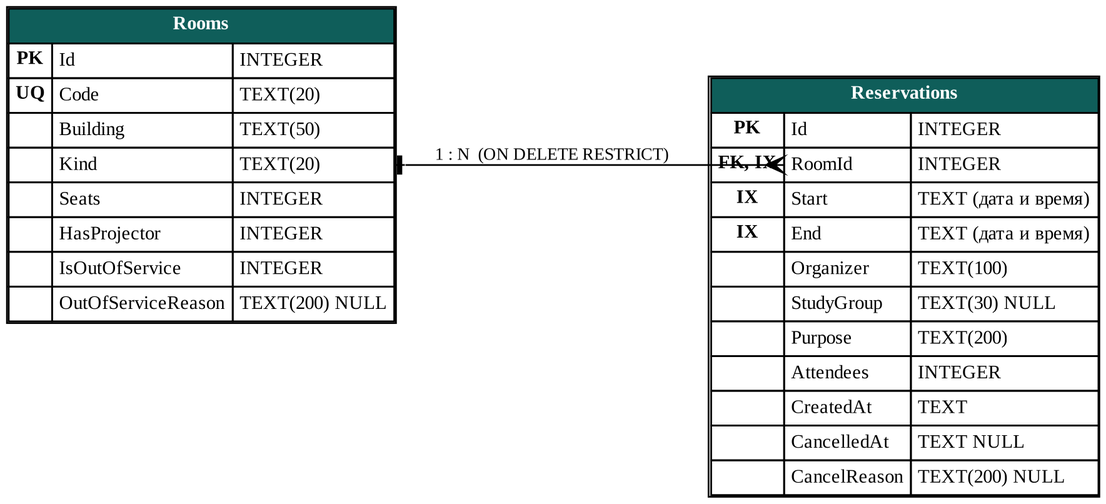
Above: docs/report/diagrams/schema.png in Black287234/KP-shahin (Graphviz), before the change. Its source is kept beside it as docs/report/diagrams/schema.dot. The source it was exported from:
```dot
digraph G {
  graph [rankdir=LR, fontname="Liberation Serif", bgcolor=white, nodesep=0.6];
  node [shape=plain, fontname="Liberation Serif", fontsize=11];
  edge [fontname="Liberation Serif", fontsize=10, arrowhead=crow, arrowtail=tee, dir=both];
  Rooms [label=<
  <table border="1" cellborder="1" cellspacing="0" cellpadding="3">
   <tr><td colspan="3" bgcolor="#0f5e5a"><font color="white"><b>Rooms</b></font></td></tr>
   <tr><td><b>PK</b></td><td align="left">Id</td><td align="left">INTEGER</td></tr>
   <tr><td><b>UQ</b></td><td align="left">Code</td><td align="left">TEXT(20)</td></tr>
   <tr><td></td><td align="left">Building</td><td align="left">TEXT(50)</td></tr>
   <tr><td></td><td align="left">Kind</td><td align="left">TEXT(20)</td></tr>
   <tr><td></td><td align="left">Seats</td><td align="left">INTEGER</td></tr>
   <tr><td></td><td align="left">HasProjector</td><td align="left">INTEGER</td></tr>
   <tr><td></td><td align="left">IsOutOfService</td><td align="left">INTEGER</td></tr>
   <tr><td></td><td align="left">OutOfServiceReason</td><td align="left">TEXT(200) NULL</td></tr>
  </table>>];
  Reservations [label=<
  <table border="1" cellborder="1" cellspacing="0" cellpadding="3">
   <tr><td colspan="3" bgcolor="#0f5e5a"><font color="white"><b>Reservations</b></font></td></tr>
   <tr><td><b>PK</b></td><td align="left">Id</td><td align="left">INTEGER</td></tr>
   <tr><td><b>FK, IX</b></td><td align="left" port="fk">RoomId</td><td align="left">INTEGER</td></tr>
   <tr><td><b>IX</b></td><td align="left">Start</td><td align="left">TEXT (дата и время)</td></tr>
   <tr><td><b>IX</b></td><td align="left">End</td><td align="left">TEXT (дата и время)</td></tr>
   <tr><td></td><td align="left">Organizer</td><td align="left">TEXT(100)</td></tr>
   <tr><td></td><td align="left">StudyGroup</td><td align="left">TEXT(30) NULL</td></tr>
   <tr><td></td><td align="left">Purpose</td><td align="left">TEXT(200)</td></tr>
   <tr><td></td><td align="left">Attendees</td><td align="left">INTEGER</td></tr>
   <tr><td></td><td align="left">CreatedAt</td><td align="left">TEXT</td></tr>
   <tr><td></td><td align="left">CancelledAt</td><td align="left">TEXT NULL</td></tr>
   <tr><td></td><td align="left">CancelReason</td><td align="left">TEXT(200) NULL</td></tr>
  </table>>];
  Rooms -> Reservations:fk [label="  1 : N  (ON DELETE RESTRICT)  "];
}
```
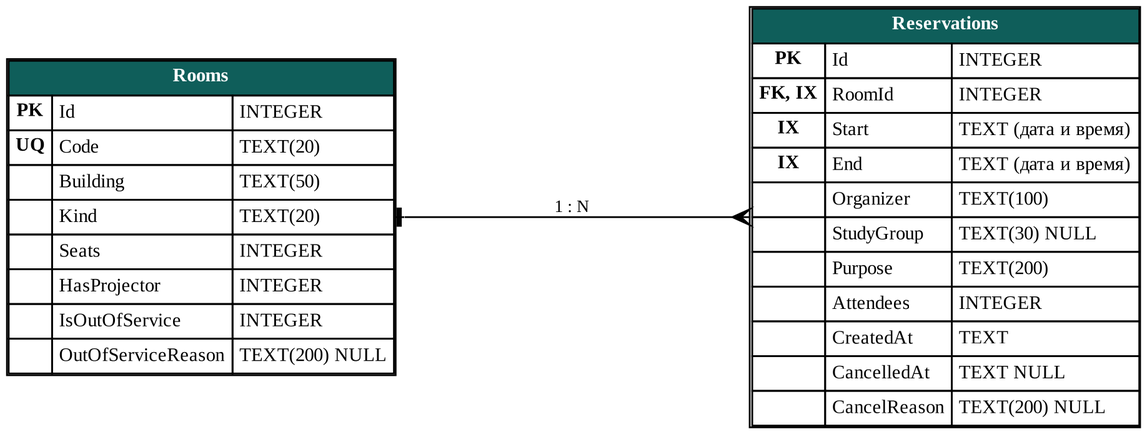
After the change.

Change to the diagram source:
```diff
@@ -1,5 +1,5 @@
 digraph G {
-  graph [rankdir=LR, fontname="Liberation Serif", bgcolor=white, nodesep=0.6];
+  graph [rankdir=LR, fontname="Liberation Serif", bgcolor=white, nodesep=0.6, ranksep=1.2];
   node [shape=plain, fontname="Liberation Serif", fontsize=11];
   edge [fontname="Liberation Serif", fontsize=10, arrowhead=crow, arrowtail=tee, dir=both];
   Rooms [label=<
@@ -18,7 +18,7 @@
   <table border="1" cellborder="1" cellspacing="0" cellpadding="3">
    <tr><td colspan="3" bgcolor="#0f5e5a"><font color="white"><b>Reservations</b></font></td></tr>
    <tr><td><b>PK</b></td><td align="left">Id</td><td align="left">INTEGER</td></tr>
-   <tr><td><b>FK, IX</b></td><td align="left" port="fk">RoomId</td><td align="left">INTEGER</td></tr>
+   <tr><td><b>FK, IX</b></td><td align="left">RoomId</td><td align="left">INTEGER</td></tr>
    <tr><td><b>IX</b></td><td align="left">Start</td><td align="left">TEXT (дата и время)</td></tr>
    <tr><td><b>IX</b></td><td align="left">End</td><td align="left">TEXT (дата и время)</td></tr>
    <tr><td></td><td align="left">Organizer</td><td align="left">TEXT(100)</td></tr>
@@ -29,5 +29,5 @@
    <tr><td></td><td align="left">CancelledAt</td><td align="left">TEXT NULL</td></tr>
    <tr><td></td><td align="left">CancelReason</td><td align="left">TEXT(200) NULL</td></tr>
   </table>>];
-  Rooms -> Reservations:fk [label="  1 : N  (ON DELETE RESTRICT)  "];
+  Rooms -> Reservations [label="  1 : N  ", headport=w, tailport=e, minlen=2];
 }
```
